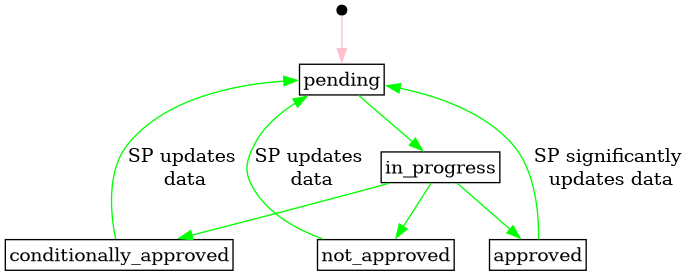
This is docs/diagrams/service_providing_group_prequalification_status.png from elhub/flex-information-system, a PlantUML export, as it was before one commit. Its source is kept beside it as docs/diagrams/service_providing_group_prequalification_status.plantuml.
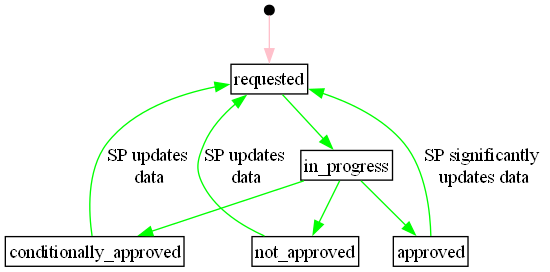
The same file after the commit.

Commit message:
docs: status transitions (FLEX-532)

Change to the diagram source:
```diff
@@ -8,21 +8,21 @@
     start [shape=point];
 
     // status - Atricle 30.3.b
-    pending;
+    requested;
     in_progress;
     conditionally_approved;
     approved;
     not_approved;
 
     // transitions
-    start -> pending [label="", color="pink"];
-    pending -> in_progress [label="", color="green"];
-    approved -> pending [label="SP significantly \nupdates data", color="green"];
+    start -> requested [label="", color="pink"];
+    requested -> in_progress [label="", color="green"];
+    approved -> requested [label="SP significantly \nupdates data", color="green"];
     in_progress -> conditionally_approved [label="", color="green"];
-    conditionally_approved -> pending [label="SP updates \ndata", color="green"];
+    conditionally_approved -> requested [label="SP updates \ndata", color="green"];
     in_progress -> approved [label="", color="green"];
     in_progress -> not_approved [label="", color="green"];
-    not_approved -> pending [label="SP updates \ndata", color="green"];
+    not_approved -> requested [label="SP updates \ndata", color="green"];
 
    }
 @enddot
```
